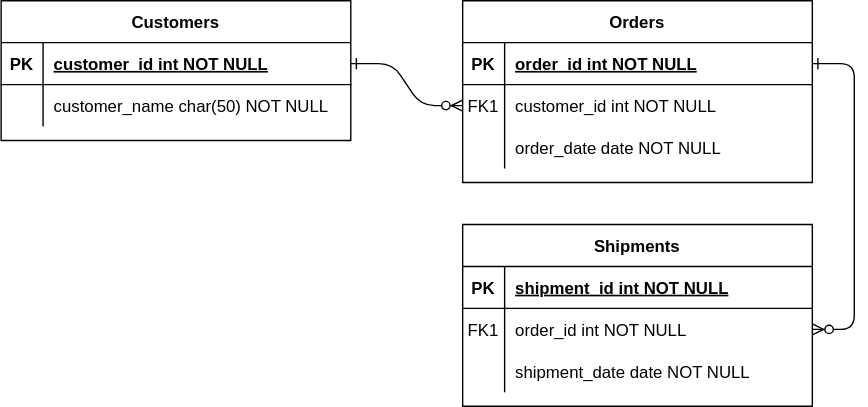
Above: document/project-board-erd.svg in sarasa0310/project-board (draw.io), before the change. Source tidied: cells renumbered, new cells last; positions are measured from the earlier drawing's top-left corner, leaving out a move shared by most shapes. The source it was exported from:
```xml
<mxGraphModel>
  <root>
    <mxCell id="0" />
    <mxCell id="1" parent="0" />
    <mxCell id="2" style="edgeStyle=entityRelationEdgeStyle;endArrow=ERzeroToMany;startArrow=ERone;endFill=1;startFill=0;" parent="1" edge="1" source="25" target="8">
      <mxGeometry relative="1" as="geometry" />
    </mxCell>
    <mxCell id="3" style="edgeStyle=entityRelationEdgeStyle;endArrow=ERzeroToMany;startArrow=ERone;endFill=1;startFill=0;" parent="1" edge="1" source="5" target="18">
      <mxGeometry relative="1" as="geometry" />
    </mxCell>
    <mxCell id="4" value="Orders" style="shape=table;startSize=30;rowLines=0;fontStyle=1;align=center;" parent="1" vertex="1">
      <mxGeometry x="330" width="250" height="130" as="geometry" />
    </mxCell>
    <mxCell id="5" style="shape=partialRectangle;fillColor=none;points=[[0,0.5],[1,0.5]];portConstraint=eastwest;top=0;left=0;right=0;bottom=1;" parent="4" vertex="1">
      <mxGeometry y="30" width="250" height="30" as="geometry" />
    </mxCell>
    <mxCell id="6" value="PK" style="shape=partialRectangle;overflow=hidden;fillColor=none;top=0;left=0;bottom=0;right=0;fontStyle=1;" parent="5" vertex="1">
      <mxGeometry width="30" height="30" as="geometry" />
    </mxCell>
    <mxCell id="7" value="order_id int NOT NULL " style="shape=partialRectangle;overflow=hidden;fillColor=none;top=0;left=0;bottom=0;right=0;align=left;spacingLeft=6;fontStyle=5;" parent="5" vertex="1">
      <mxGeometry x="30" width="220" height="30" as="geometry" />
    </mxCell>
    <mxCell id="8" style="shape=partialRectangle;fillColor=none;points=[[0,0.5],[1,0.5]];portConstraint=eastwest;top=0;left=0;right=0;bottom=0;" parent="4" vertex="1">
      <mxGeometry y="60" width="250" height="30" as="geometry" />
    </mxCell>
    <mxCell id="9" value="FK1" style="shape=partialRectangle;overflow=hidden;fillColor=none;top=0;left=0;bottom=0;right=0;" parent="8" vertex="1">
      <mxGeometry width="30" height="30" as="geometry" />
    </mxCell>
    <mxCell id="10" value="customer_id int NOT NULL" style="shape=partialRectangle;overflow=hidden;fillColor=none;top=0;left=0;bottom=0;right=0;align=left;spacingLeft=6;" parent="8" vertex="1">
      <mxGeometry x="30" width="220" height="30" as="geometry" />
    </mxCell>
    <mxCell id="11" style="shape=partialRectangle;fillColor=none;top=0;left=0;right=0;bottom=0;" parent="4" vertex="1">
      <mxGeometry y="90" width="250" height="30" as="geometry" />
    </mxCell>
    <mxCell id="12" style="shape=partialRectangle;overflow=hidden;fillColor=none;top=0;left=0;bottom=0;right=0;" parent="11" vertex="1">
      <mxGeometry width="30" height="30" as="geometry" />
    </mxCell>
    <mxCell id="13" value="order_date date NOT NULL" style="shape=partialRectangle;overflow=hidden;fillColor=none;top=0;left=0;bottom=0;right=0;align=left;spacingLeft=6;" parent="11" vertex="1">
      <mxGeometry x="30" width="220" height="30" as="geometry" />
    </mxCell>
    <mxCell id="14" value="Shipments" style="shape=table;startSize=30;rowLines=0;fontStyle=1;align=center;" parent="1" vertex="1">
      <mxGeometry x="330" y="160" width="250" height="130" as="geometry" />
    </mxCell>
    <mxCell id="15" style="shape=partialRectangle;fillColor=none;top=0;left=0;right=0;bottom=1;" parent="14" vertex="1">
      <mxGeometry y="30" width="250" height="30" as="geometry" />
    </mxCell>
    <mxCell id="16" value="PK" style="shape=partialRectangle;overflow=hidden;fillColor=none;top=0;left=0;bottom=0;right=0;fontStyle=1;" parent="15" vertex="1">
      <mxGeometry width="30" height="30" as="geometry" />
    </mxCell>
    <mxCell id="17" value="shipment_id int NOT NULL " style="shape=partialRectangle;overflow=hidden;fillColor=none;top=0;left=0;bottom=0;right=0;align=left;spacingLeft=6;fontStyle=5;" parent="15" vertex="1">
      <mxGeometry x="30" width="220" height="30" as="geometry" />
    </mxCell>
    <mxCell id="18" style="shape=partialRectangle;fillColor=none;points=[[0,0.5],[1,0.5]];portConstraint=eastwest;top=0;left=0;right=0;bottom=0;" parent="14" vertex="1">
      <mxGeometry y="60" width="250" height="30" as="geometry" />
    </mxCell>
    <mxCell id="19" value="FK1" style="shape=partialRectangle;overflow=hidden;fillColor=none;top=0;left=0;bottom=0;right=0;" parent="18" vertex="1">
      <mxGeometry width="30" height="30" as="geometry" />
    </mxCell>
    <mxCell id="20" value="order_id int NOT NULL" style="shape=partialRectangle;overflow=hidden;fillColor=none;top=0;left=0;bottom=0;right=0;align=left;spacingLeft=6;" parent="18" vertex="1">
      <mxGeometry x="30" width="220" height="30" as="geometry" />
    </mxCell>
    <mxCell id="21" style="shape=partialRectangle;fillColor=none;top=0;left=0;right=0;bottom=0;" parent="14" vertex="1">
      <mxGeometry y="90" width="250" height="30" as="geometry" />
    </mxCell>
    <mxCell id="22" style="shape=partialRectangle;overflow=hidden;fillColor=none;top=0;left=0;bottom=0;right=0;" parent="21" vertex="1">
      <mxGeometry width="30" height="30" as="geometry" />
    </mxCell>
    <mxCell id="23" value="shipment_date date NOT NULL" style="shape=partialRectangle;overflow=hidden;fillColor=none;top=0;left=0;bottom=0;right=0;align=left;spacingLeft=6;" parent="21" vertex="1">
      <mxGeometry x="30" width="220" height="30" as="geometry" />
    </mxCell>
    <mxCell id="24" value="Customers" style="shape=table;startSize=30;rowLines=0;fontStyle=1;align=center;" parent="1" vertex="1">
      <mxGeometry width="250" height="100" as="geometry" />
    </mxCell>
    <mxCell id="25" style="shape=partialRectangle;fillColor=none;points=[[0,0.5],[1,0.5]];portConstraint=eastwest;top=0;left=0;right=0;bottom=1;" parent="24" vertex="1">
      <mxGeometry y="30" width="250" height="30" as="geometry" />
    </mxCell>
    <mxCell id="26" value="PK" style="shape=partialRectangle;overflow=hidden;fillColor=none;top=0;left=0;bottom=0;right=0;fontStyle=1;" parent="25" vertex="1">
      <mxGeometry width="30" height="30" as="geometry" />
    </mxCell>
    <mxCell id="27" value="customer_id int NOT NULL " style="shape=partialRectangle;overflow=hidden;fillColor=none;top=0;left=0;bottom=0;right=0;align=left;spacingLeft=6;fontStyle=5;" parent="25" vertex="1">
      <mxGeometry x="30" width="220" height="30" as="geometry" />
    </mxCell>
    <mxCell id="28" style="shape=partialRectangle;fillColor=none;top=0;left=0;right=0;bottom=0;" parent="24" vertex="1">
      <mxGeometry y="60" width="250" height="30" as="geometry" />
    </mxCell>
    <mxCell id="29" style="shape=partialRectangle;overflow=hidden;fillColor=none;top=0;left=0;bottom=0;right=0;" parent="28" vertex="1">
      <mxGeometry width="30" height="30" as="geometry" />
    </mxCell>
    <mxCell id="30" value="customer_name char(50) NOT NULL" style="shape=partialRectangle;overflow=hidden;fillColor=none;top=0;left=0;bottom=0;right=0;align=left;spacingLeft=6;" parent="28" vertex="1">
      <mxGeometry x="30" width="220" height="30" as="geometry" />
    </mxCell>
  </root>
</mxGraphModel>
```
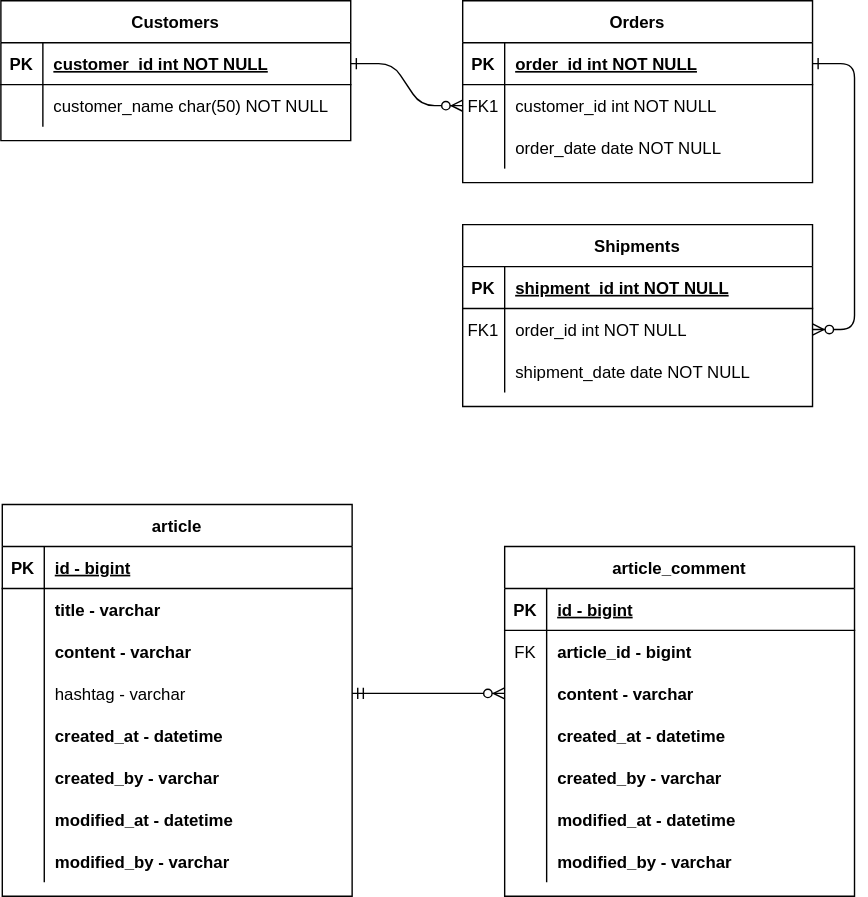
After the change.

Commit message:
#1 - ERD 이미지 완성

Change to the diagram source:
```diff
@@ -89,5 +89,149 @@
     <mxCell id="30" value="customer_name char(50) NOT NULL" style="shape=partialRectangle;overflow=hidden;fillColor=none;top=0;left=0;bottom=0;right=0;align=left;spacingLeft=6;" parent="28" vertex="1">
       <mxGeometry x="30" width="220" height="30" as="geometry" />
     </mxCell>
+    <mxCell id="31" value="article" style="shape=table;startSize=30;rowLines=0;fontStyle=1;align=center;" parent="1" vertex="1">
+      <mxGeometry x="1" y="360" width="250" height="280" as="geometry" />
+    </mxCell>
+    <mxCell id="32" style="shape=partialRectangle;fillColor=none;top=0;left=0;right=0;bottom=1;" parent="31" vertex="1">
+      <mxGeometry y="30" width="250" height="30" as="geometry" />
+    </mxCell>
+    <mxCell id="33" value="PK" style="shape=partialRectangle;overflow=hidden;fillColor=none;top=0;left=0;bottom=0;right=0;fontStyle=1;" parent="32" vertex="1">
+      <mxGeometry width="30" height="30" as="geometry" />
+    </mxCell>
+    <mxCell id="34" value="id - bigint" style="shape=partialRectangle;overflow=hidden;fillColor=none;top=0;left=0;bottom=0;right=0;align=left;spacingLeft=6;fontStyle=5;" parent="32" vertex="1">
+      <mxGeometry x="30" width="220" height="30" as="geometry" />
+    </mxCell>
+    <mxCell id="35" style="shape=partialRectangle;fillColor=none;top=0;left=0;right=0;bottom=0;" parent="31" vertex="1">
+      <mxGeometry y="60" width="250" height="30" as="geometry" />
+    </mxCell>
+    <mxCell id="36" style="shape=partialRectangle;overflow=hidden;fillColor=none;top=0;left=0;bottom=0;right=0;" parent="35" vertex="1">
+      <mxGeometry width="30" height="30" as="geometry" />
+    </mxCell>
+    <mxCell id="37" value="title - varchar" style="shape=partialRectangle;overflow=hidden;fillColor=none;top=0;left=0;bottom=0;right=0;align=left;spacingLeft=6;fontStyle=1;" parent="35" vertex="1">
+      <mxGeometry x="30" width="220" height="30" as="geometry" />
+    </mxCell>
+    <mxCell id="38" style="shape=partialRectangle;fillColor=none;top=0;left=0;right=0;bottom=0;" parent="31" vertex="1">
+      <mxGeometry y="90" width="250" height="30" as="geometry" />
+    </mxCell>
+    <mxCell id="39" style="shape=partialRectangle;overflow=hidden;fillColor=none;top=0;left=0;bottom=0;right=0;" parent="38" vertex="1">
+      <mxGeometry width="30" height="30" as="geometry" />
+    </mxCell>
+    <mxCell id="40" value="content - varchar" style="shape=partialRectangle;overflow=hidden;fillColor=none;top=0;left=0;bottom=0;right=0;align=left;spacingLeft=6;fontStyle=1;" parent="38" vertex="1">
+      <mxGeometry x="30" width="220" height="30" as="geometry" />
+    </mxCell>
+    <mxCell id="41" style="shape=partialRectangle;fillColor=none;points=[[0,0.5],[1,0.5]];portConstraint=eastwest;top=0;left=0;right=0;bottom=0;" parent="31" vertex="1">
+      <mxGeometry y="120" width="250" height="30" as="geometry" />
+    </mxCell>
+    <mxCell id="42" style="shape=partialRectangle;overflow=hidden;fillColor=none;top=0;left=0;bottom=0;right=0;" parent="41" vertex="1">
+      <mxGeometry width="30" height="30" as="geometry" />
+    </mxCell>
+    <mxCell id="43" value="hashtag - varchar" style="shape=partialRectangle;overflow=hidden;fillColor=none;top=0;left=0;bottom=0;right=0;align=left;spacingLeft=6;" parent="41" vertex="1">
+      <mxGeometry x="30" width="220" height="30" as="geometry" />
+    </mxCell>
+    <mxCell id="44" style="shape=partialRectangle;fillColor=none;top=0;left=0;right=0;bottom=0;" parent="31" vertex="1">
+      <mxGeometry y="150" width="250" height="30" as="geometry" />
+    </mxCell>
+    <mxCell id="45" style="shape=partialRectangle;overflow=hidden;fillColor=none;top=0;left=0;bottom=0;right=0;" parent="44" vertex="1">
+      <mxGeometry width="30" height="30" as="geometry" />
+    </mxCell>
+    <mxCell id="46" value="created_at - datetime" style="shape=partialRectangle;overflow=hidden;fillColor=none;top=0;left=0;bottom=0;right=0;align=left;spacingLeft=6;fontStyle=1;" parent="44" vertex="1">
+      <mxGeometry x="30" width="220" height="30" as="geometry" />
+    </mxCell>
+    <mxCell id="47" style="shape=partialRectangle;fillColor=none;top=0;left=0;right=0;bottom=0;" parent="31" vertex="1">
+      <mxGeometry y="180" width="250" height="30" as="geometry" />
+    </mxCell>
+    <mxCell id="48" style="shape=partialRectangle;overflow=hidden;fillColor=none;top=0;left=0;bottom=0;right=0;" parent="47" vertex="1">
+      <mxGeometry width="30" height="30" as="geometry" />
+    </mxCell>
+    <mxCell id="49" value="created_by - varchar" style="shape=partialRectangle;overflow=hidden;fillColor=none;top=0;left=0;bottom=0;right=0;align=left;spacingLeft=6;fontStyle=1;" parent="47" vertex="1">
+      <mxGeometry x="30" width="220" height="30" as="geometry" />
+    </mxCell>
+    <mxCell id="50" style="shape=partialRectangle;fillColor=none;top=0;left=0;right=0;bottom=0;" parent="31" vertex="1">
+      <mxGeometry y="210" width="250" height="30" as="geometry" />
+    </mxCell>
+    <mxCell id="51" style="shape=partialRectangle;overflow=hidden;fillColor=none;top=0;left=0;bottom=0;right=0;" parent="50" vertex="1">
+      <mxGeometry width="30" height="30" as="geometry" />
+    </mxCell>
+    <mxCell id="52" value="modified_at - datetime" style="shape=partialRectangle;overflow=hidden;fillColor=none;top=0;left=0;bottom=0;right=0;align=left;spacingLeft=6;fontStyle=1;" parent="50" vertex="1">
+      <mxGeometry x="30" width="220" height="30" as="geometry" />
+    </mxCell>
+    <mxCell id="53" style="shape=partialRectangle;fillColor=none;top=0;left=0;right=0;bottom=0;" parent="31" vertex="1">
+      <mxGeometry y="240" width="250" height="30" as="geometry" />
+    </mxCell>
+    <mxCell id="54" style="shape=partialRectangle;overflow=hidden;fillColor=none;top=0;left=0;bottom=0;right=0;" parent="53" vertex="1">
+      <mxGeometry width="30" height="30" as="geometry" />
+    </mxCell>
+    <mxCell id="55" value="modified_by - varchar" style="shape=partialRectangle;overflow=hidden;fillColor=none;top=0;left=0;bottom=0;right=0;align=left;spacingLeft=6;fontStyle=1;" parent="53" vertex="1">
+      <mxGeometry x="30" width="220" height="30" as="geometry" />
+    </mxCell>
+    <mxCell id="56" value="article_comment" style="shape=table;startSize=30;rowLines=0;fontStyle=1;align=center;" parent="1" vertex="1">
+      <mxGeometry x="360" y="390" width="250" height="250" as="geometry" />
+    </mxCell>
+    <mxCell id="57" style="shape=partialRectangle;fillColor=none;top=0;left=0;right=0;bottom=1;" parent="56" vertex="1">
+      <mxGeometry y="30" width="250" height="30" as="geometry" />
+    </mxCell>
+    <mxCell id="58" value="PK" style="shape=partialRectangle;overflow=hidden;fillColor=none;top=0;left=0;bottom=0;right=0;fontStyle=1;" parent="57" vertex="1">
+      <mxGeometry width="30" height="30" as="geometry" />
+    </mxCell>
+    <mxCell id="59" value="id - bigint" style="shape=partialRectangle;overflow=hidden;fillColor=none;top=0;left=0;bottom=0;right=0;align=left;spacingLeft=6;fontStyle=5;" parent="57" vertex="1">
+      <mxGeometry x="30" width="220" height="30" as="geometry" />
+    </mxCell>
+    <mxCell id="60" style="shape=partialRectangle;fillColor=none;top=0;left=0;right=0;bottom=0;" parent="56" vertex="1">
+      <mxGeometry y="60" width="250" height="30" as="geometry" />
+    </mxCell>
+    <mxCell id="61" value="FK" style="shape=partialRectangle;overflow=hidden;fillColor=none;top=0;left=0;bottom=0;right=0;" parent="60" vertex="1">
+      <mxGeometry width="30" height="30" as="geometry" />
+    </mxCell>
+    <mxCell id="62" value="article_id - bigint" style="shape=partialRectangle;overflow=hidden;fillColor=none;top=0;left=0;bottom=0;right=0;align=left;spacingLeft=6;fontStyle=1;" parent="60" vertex="1">
+      <mxGeometry x="30" width="220" height="30" as="geometry" />
+    </mxCell>
+    <mxCell id="63" style="shape=partialRectangle;fillColor=none;points=[[0,0.5],[1,0.5]];portConstraint=eastwest;top=0;left=0;right=0;bottom=0;" parent="56" vertex="1">
+      <mxGeometry y="90" width="250" height="30" as="geometry" />
+    </mxCell>
+    <mxCell id="64" style="shape=partialRectangle;overflow=hidden;fillColor=none;top=0;left=0;bottom=0;right=0;" parent="63" vertex="1">
+      <mxGeometry width="30" height="30" as="geometry" />
+    </mxCell>
+    <mxCell id="65" value="content - varchar" style="shape=partialRectangle;overflow=hidden;fillColor=none;top=0;left=0;bottom=0;right=0;align=left;spacingLeft=6;fontStyle=1;" parent="63" vertex="1">
+      <mxGeometry x="30" width="220" height="30" as="geometry" />
+    </mxCell>
+    <mxCell id="66" style="shape=partialRectangle;fillColor=none;top=0;left=0;right=0;bottom=0;" parent="56" vertex="1">
+      <mxGeometry y="120" width="250" height="30" as="geometry" />
+    </mxCell>
+    <mxCell id="67" style="shape=partialRectangle;overflow=hidden;fillColor=none;top=0;left=0;bottom=0;right=0;" parent="66" vertex="1">
+      <mxGeometry width="30" height="30" as="geometry" />
+    </mxCell>
+    <mxCell id="68" value="created_at - datetime" style="shape=partialRectangle;overflow=hidden;fillColor=none;top=0;left=0;bottom=0;right=0;align=left;spacingLeft=6;fontStyle=1;" parent="66" vertex="1">
+      <mxGeometry x="30" width="220" height="30" as="geometry" />
+    </mxCell>
+    <mxCell id="69" style="shape=partialRectangle;fillColor=none;top=0;left=0;right=0;bottom=0;" parent="56" vertex="1">
+      <mxGeometry y="150" width="250" height="30" as="geometry" />
+    </mxCell>
+    <mxCell id="70" style="shape=partialRectangle;overflow=hidden;fillColor=none;top=0;left=0;bottom=0;right=0;" parent="69" vertex="1">
+      <mxGeometry width="30" height="30" as="geometry" />
+    </mxCell>
+    <mxCell id="71" value="created_by - varchar" style="shape=partialRectangle;overflow=hidden;fillColor=none;top=0;left=0;bottom=0;right=0;align=left;spacingLeft=6;fontStyle=1;" parent="69" vertex="1">
+      <mxGeometry x="30" width="220" height="30" as="geometry" />
+    </mxCell>
+    <mxCell id="72" style="shape=partialRectangle;fillColor=none;top=0;left=0;right=0;bottom=0;" parent="56" vertex="1">
+      <mxGeometry y="180" width="250" height="30" as="geometry" />
+    </mxCell>
+    <mxCell id="73" style="shape=partialRectangle;overflow=hidden;fillColor=none;top=0;left=0;bottom=0;right=0;" parent="72" vertex="1">
+      <mxGeometry width="30" height="30" as="geometry" />
+    </mxCell>
+    <mxCell id="74" value="modified_at - datetime" style="shape=partialRectangle;overflow=hidden;fillColor=none;top=0;left=0;bottom=0;right=0;align=left;spacingLeft=6;fontStyle=1;" parent="72" vertex="1">
+      <mxGeometry x="30" width="220" height="30" as="geometry" />
+    </mxCell>
+    <mxCell id="75" style="shape=partialRectangle;fillColor=none;top=0;left=0;right=0;bottom=0;" parent="56" vertex="1">
+      <mxGeometry y="210" width="250" height="30" as="geometry" />
+    </mxCell>
+    <mxCell id="76" style="shape=partialRectangle;overflow=hidden;fillColor=none;top=0;left=0;bottom=0;right=0;" parent="75" vertex="1">
+      <mxGeometry width="30" height="30" as="geometry" />
+    </mxCell>
+    <mxCell id="77" value="modified_by - varchar" style="shape=partialRectangle;overflow=hidden;fillColor=none;top=0;left=0;bottom=0;right=0;align=left;spacingLeft=6;fontStyle=1;" parent="75" vertex="1">
+      <mxGeometry x="30" width="220" height="30" as="geometry" />
+    </mxCell>
+    <mxCell id="78" style="edgeStyle=entityRelationEdgeStyle;fontSize=12;html=1;endArrow=ERzeroToMany;startArrow=ERmandOne;rounded=0;exitX=1;exitY=0.5;exitDx=0;exitDy=0;entryX=0;entryY=0.5;entryDx=0;entryDy=0;" parent="1" edge="1" source="41" target="63">
+      <mxGeometry relative="1" as="geometry" />
+    </mxCell>
   </root>
 </mxGraphModel>
```
